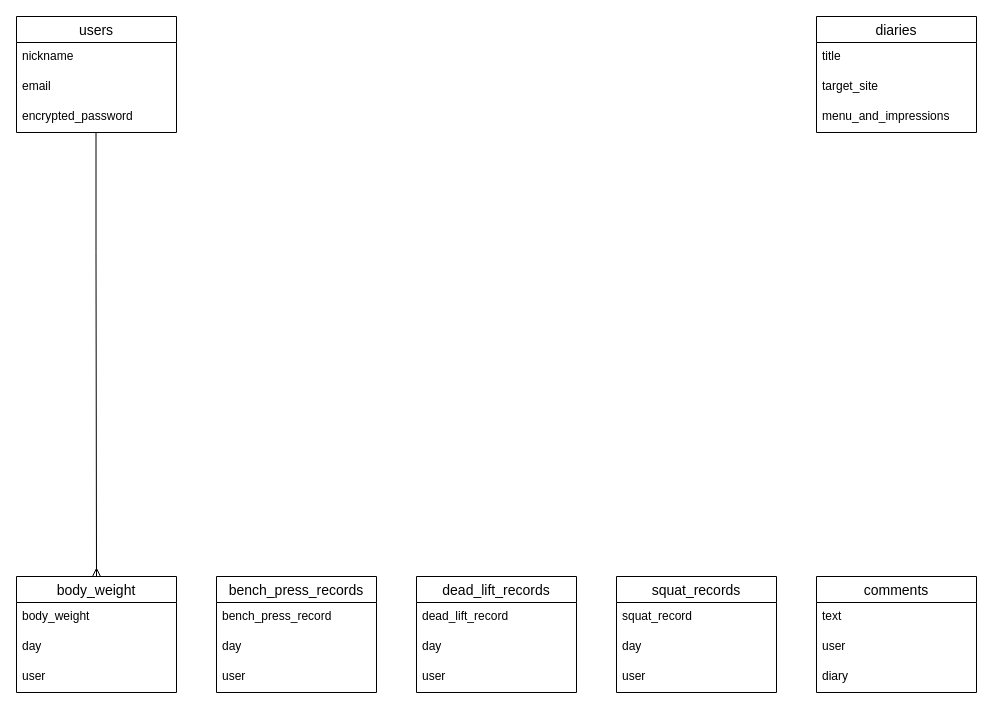
The draw.io diagram er.dio in tkm-mkzk/my-fitness, before the edit. Source tidied: cells renumbered, new cells numbered last; positions are measured from the earlier drawing's top-left corner, leaving out a move shared by most shapes. Both pictures are drawn from the tidied source at 100%, with x=0, y=0 at pixel (16, 16).
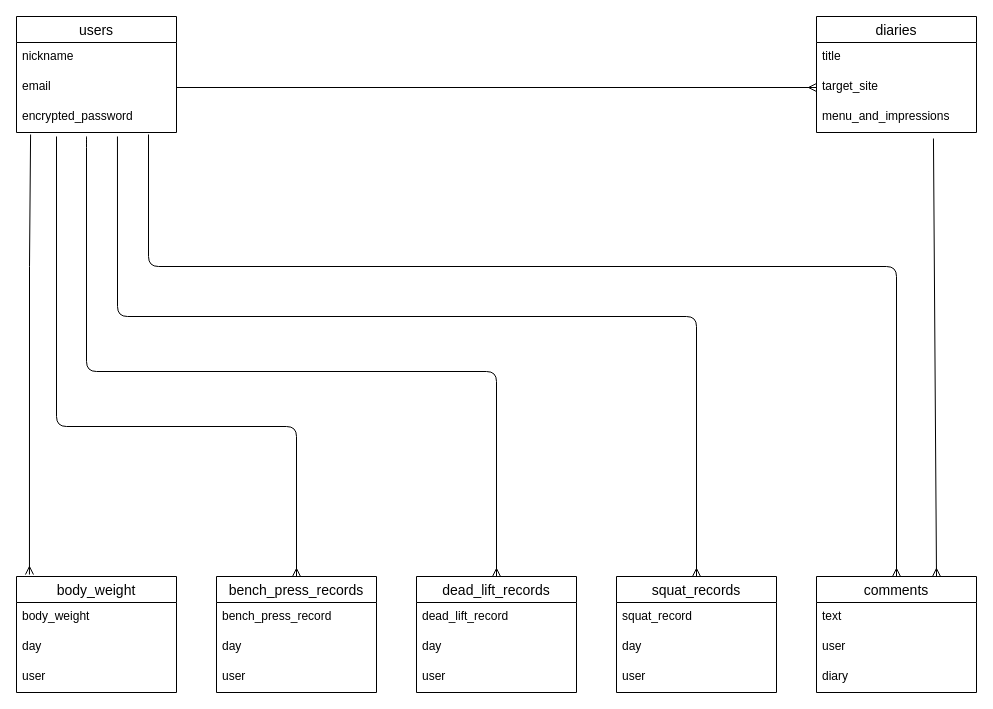
The same diagram, later.

The change refers to these unchanged cells:
```xml
<mxCell id="2" value="body_weight" style="swimlane;fontStyle=0;horizontal=1;startSize=26;align=center;fontSize=14;" parent="1" vertex="1">
  <mxGeometry y="560" width="160" height="116" as="geometry" />
</mxCell>
<mxCell id="8" value="email" style="text;strokeColor=none;fillColor=none;spacingLeft=4;spacingRight=4;overflow=hidden;points=[[0,0.5],[1,0.5]];portConstraint=eastwest;fontSize=12;" parent="6" vertex="1">
  <mxGeometry y="56" width="160" height="30" as="geometry" />
</mxCell>
<mxCell id="9" value="encrypted_password" style="text;strokeColor=none;fillColor=none;spacingLeft=4;spacingRight=4;overflow=hidden;points=[[0,0.5],[1,0.5]];portConstraint=eastwest;fontSize=12;" parent="6" vertex="1">
  <mxGeometry y="86" width="160" height="30" as="geometry" />
</mxCell>
<mxCell id="10" value="bench_press_records" style="swimlane;fontStyle=0;horizontal=1;startSize=26;align=center;fontSize=14;" parent="1" vertex="1">
  <mxGeometry x="200" y="560" width="160" height="116" as="geometry" />
</mxCell>
<mxCell id="14" value="dead_lift_records" style="swimlane;fontStyle=0;horizontal=1;startSize=26;align=center;fontSize=14;" parent="1" vertex="1">
  <mxGeometry x="400" y="560" width="160" height="116" as="geometry" />
</mxCell>
<mxCell id="18" value="squat_records" style="swimlane;fontStyle=0;horizontal=1;startSize=26;align=center;fontSize=14;" parent="1" vertex="1">
  <mxGeometry x="600" y="560" width="160" height="116" as="geometry" />
</mxCell>
<mxCell id="22" value="comments" style="swimlane;fontStyle=0;horizontal=1;startSize=26;align=center;fontSize=14;" parent="1" vertex="1">
  <mxGeometry x="800" y="560" width="160" height="116" as="geometry" />
</mxCell>
<mxCell id="28" value="target_site" style="text;strokeColor=none;fillColor=none;spacingLeft=4;spacingRight=4;overflow=hidden;points=[[0,0.5],[1,0.5]];portConstraint=eastwest;fontSize=12;" parent="26" vertex="1">
  <mxGeometry y="56" width="160" height="30" as="geometry" />
</mxCell>
<mxCell id="29" value="menu_and_impressions" style="text;strokeColor=none;fillColor=none;spacingLeft=4;spacingRight=4;overflow=hidden;points=[[0,0.5],[1,0.5]];portConstraint=eastwest;fontSize=12;" parent="26" vertex="1">
  <mxGeometry y="86" width="160" height="30" as="geometry" />
</mxCell>
```

What changed in the source:
```diff
@@
-    <mxCell id="30" style="fontSize=12;html=1;endArrow=ERmany;rounded=0;startArrow=none;startFill=0;entryX=0.5;entryY=0;entryDx=0;entryDy=0;" parent="1" edge="1" target="2">
+    <mxCell id="30" style="fontSize=12;html=1;endArrow=ERmany;rounded=0;startArrow=none;startFill=0;entryX=0.081;entryY=-0.017;entryDx=0;entryDy=0;exitX=0.088;exitY=1.067;exitDx=0;exitDy=0;exitPerimeter=0;entryPerimeter=0;" parent="1" edge="1" source="9" target="2">
       <mxGeometry relative="1" as="geometry">
-        <mxPoint x="79.5" y="116" as="sourcePoint" />
         <Array as="points">
-          <mxPoint x="79.5" y="236" />
+          <mxPoint x="13" y="250" />
         </Array>
       </mxGeometry>
     </mxCell>
+    <mxCell id="31" style="edgeStyle=orthogonalEdgeStyle;fontSize=12;html=1;endArrow=ERmany;entryX=0.5;entryY=0;entryDx=0;entryDy=0;" parent="1" edge="1" target="10">
+      <mxGeometry relative="1" as="geometry">
+        <mxPoint x="40" y="120" as="sourcePoint" />
+        <Array as="points">
+          <mxPoint x="40" y="410" />
+          <mxPoint x="280" y="410" />
+        </Array>
+      </mxGeometry>
+    </mxCell>
+    <mxCell id="32" style="edgeStyle=orthogonalEdgeStyle;fontSize=12;html=1;endArrow=ERmany;entryX=0.5;entryY=0;entryDx=0;entryDy=0;" parent="1" edge="1" target="14">
+      <mxGeometry relative="1" as="geometry">
+        <mxPoint x="70" y="120" as="sourcePoint" />
+        <Array as="points">
+          <mxPoint x="70" y="121" />
+          <mxPoint x="70" y="355" />
+          <mxPoint x="480" y="355" />
+        </Array>
+      </mxGeometry>
+    </mxCell>
+    <mxCell id="33" style="edgeStyle=orthogonalEdgeStyle;fontSize=12;html=1;endArrow=ERmany;entryX=0.5;entryY=0;entryDx=0;entryDy=0;exitX=0.631;exitY=1.133;exitDx=0;exitDy=0;exitPerimeter=0;" parent="1" edge="1" source="9" target="18">
+      <mxGeometry relative="1" as="geometry">
+        <Array as="points">
+          <mxPoint x="101" y="300" />
+          <mxPoint x="680" y="300" />
+        </Array>
+      </mxGeometry>
+    </mxCell>
+    <mxCell id="34" style="fontSize=12;html=1;endArrow=ERmany;entryX=0.75;entryY=0;entryDx=0;entryDy=0;exitX=0.731;exitY=1.2;exitDx=0;exitDy=0;exitPerimeter=0;" parent="1" edge="1" source="29" target="22">
+      <mxGeometry relative="1" as="geometry" />
+    </mxCell>
+    <mxCell id="35" style="fontSize=12;html=1;endArrow=ERmany;exitX=1;exitY=0.5;exitDx=0;exitDy=0;entryX=0;entryY=0.5;entryDx=0;entryDy=0;" parent="1" edge="1" source="8" target="28">
+      <mxGeometry relative="1" as="geometry" />
+    </mxCell>
+    <mxCell id="36" style="edgeStyle=orthogonalEdgeStyle;fontSize=12;html=1;endArrow=ERmany;entryX=0.5;entryY=0;entryDx=0;entryDy=0;exitX=0.825;exitY=1.067;exitDx=0;exitDy=0;exitPerimeter=0;" parent="1" edge="1" source="9" target="22">
+      <mxGeometry relative="1" as="geometry">
+        <Array as="points">
+          <mxPoint x="132" y="250" />
+          <mxPoint x="880" y="250" />
+        </Array>
+      </mxGeometry>
+    </mxCell>
```
